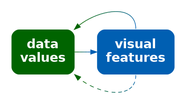
The Graphviz diagram Diagrams/congruent-decode.png in pmur002/hdvw, before a commit. Its source is kept beside it as Diagrams/congruent-decode.dot.
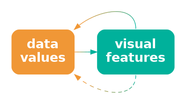
Above is the later version.

Diff of the diagram source:
```diff
@@ -1,10 +1,10 @@
 digraph {
   graph [ rankdir=LR; margin=.2; nodesep=.5 ];
   node [ fontsize=20; fontname="sans bold"; margin=.2 ];
-  data [ label="data\nvalues"; shape=box; style="filled, rounded"; penwidth=0; fontcolor=white; fillcolor="#006400" ]
+  data [ label="data\nvalues"; shape=box; style="filled, rounded"; penwidth=0; fontcolor=white; fillcolor="#F09736" ]
   vis [ label="visual\nfeatures"; shape=box;
-     style="filled, rounded"; penwidth=0; fontcolor=white; fillcolor="#005FB2" ]
-  data -> vis [ color="#006400;0.1:#006314;0.1:#006328;0.1:#00623B;0.1:#00624F;0.1:#006163;0.1:#006177;0.1:#00608A;0.1:#00609E;0.1:#005FB2;0.1" ]
-  vis:s -> data:se [ style="dashed", color="#005FB2;0.1:#00609E;0.1:#00608A;0.1:#006177;0.1:#006163;0.1:#00624F;0.1:#00623B;0.1:#006328;0.1:#006314;0.1:#006400;0.1" ]
-  vis:n -> data:ne [ style="solid", color="#005FB2;0.1:#00609E;0.1:#00608A;0.1:#006177;0.1:#006163;0.1:#00624F;0.1:#00623B;0.1:#006328;0.1:#006314;0.1:#006400;0.1" ]
+     style="filled, rounded"; penwidth=0; fontcolor=white; fillcolor="#00B19B" ]
+  data -> vis [ color="#F09736;0.1:#D59A41;0.1:#BB9D4C;0.1:#A0A058;0.1:#85A363;0.1:#6BA56E;0.1:#50A879;0.1:#35AB85;0.1:#1BAE90;0.1:#00B19B;0.1" ]
+  vis:s -> data:se [ style="dashed", color="#00B19B;0.1:#1BAE90;0.1:#35AB85;0.1:#50A879;0.1:#6BA56E;0.1:#85A363;0.1:#A0A058;0.1:#BB9D4C;0.1:#D59A41;0.1:#F09736;0.1" ]
+  vis:n -> data:ne [ style="solid", color="#00B19B;0.1:#1BAE90;0.1:#35AB85;0.1:#50A879;0.1:#6BA56E;0.1:#85A363;0.1:#A0A058;0.1:#BB9D4C;0.1:#D59A41;0.1:#F09736;0.1" ]
 }
```
